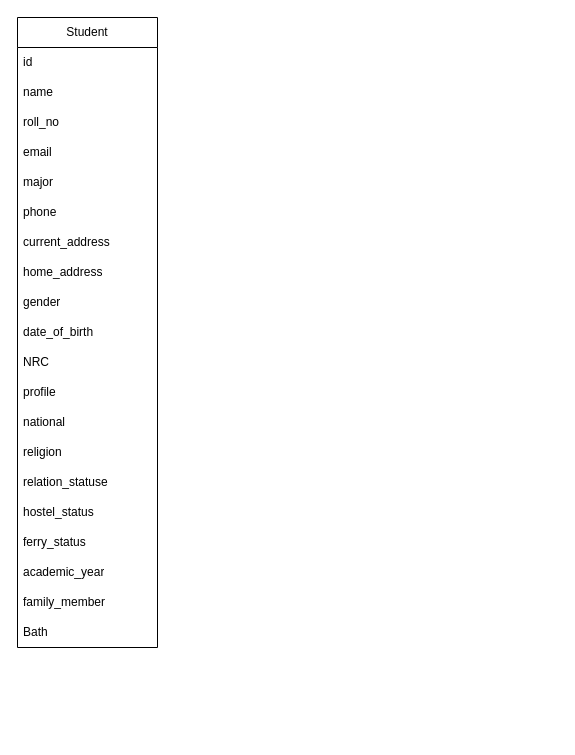
This is ERDiagram.drawio from KhunMaungNgwee/InternShipProject, a draw.io file, before an edit. Source tidied: cells renumbered, new cells numbered last; positions are measured from the earlier drawing's top-left corner, leaving out a move shared by most shapes. Both pictures are drawn from the tidied source at 100%, with x=0, y=0 at pixel (17, 17).
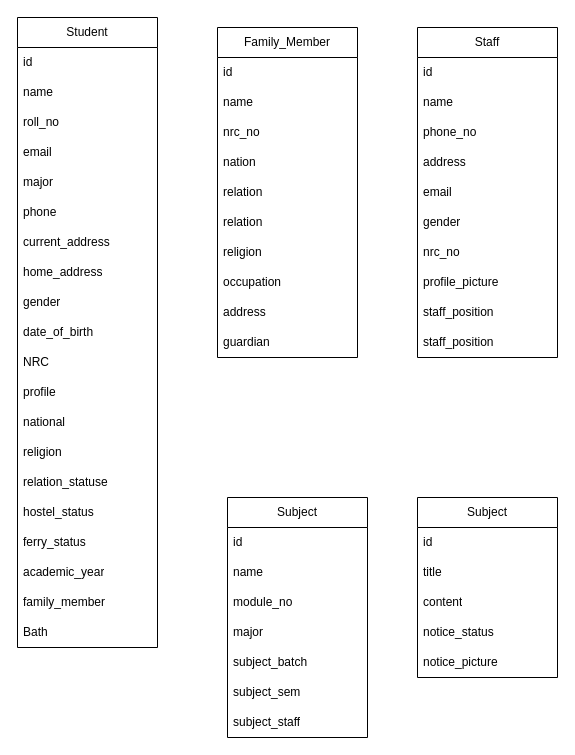
After the change.

Change to the diagram source:
```diff
@@
+    <mxCell id="23" value="Family_Member" style="swimlane;fontStyle=0;horizontal=1;startSize=30;whiteSpace=wrap;html=1;" parent="1" vertex="1">
+      <mxGeometry x="200" y="10" width="140" height="330" as="geometry" />
+    </mxCell>
+    <mxCell id="24" value="id" style="text;strokeColor=none;fillColor=none;align=left;verticalAlign=middle;spacingLeft=4;spacingRight=4;overflow=hidden;whiteSpace=wrap;html=1;" parent="23" vertex="1">
+      <mxGeometry y="30" width="140" height="30" as="geometry" />
+    </mxCell>
+    <mxCell id="25" value="name" style="text;strokeColor=none;fillColor=none;align=left;verticalAlign=middle;spacingLeft=4;spacingRight=4;overflow=hidden;whiteSpace=wrap;html=1;" parent="23" vertex="1">
+      <mxGeometry y="60" width="140" height="30" as="geometry" />
+    </mxCell>
+    <mxCell id="26" value="nrc_no" style="text;strokeColor=none;fillColor=none;align=left;verticalAlign=middle;spacingLeft=4;spacingRight=4;overflow=hidden;whiteSpace=wrap;html=1;" parent="23" vertex="1">
+      <mxGeometry y="90" width="140" height="30" as="geometry" />
+    </mxCell>
+    <mxCell id="27" value="nation" style="text;strokeColor=none;fillColor=none;align=left;verticalAlign=middle;spacingLeft=4;spacingRight=4;overflow=hidden;whiteSpace=wrap;html=1;" parent="23" vertex="1">
+      <mxGeometry y="120" width="140" height="30" as="geometry" />
+    </mxCell>
+    <mxCell id="28" value="relation" style="text;strokeColor=none;fillColor=none;align=left;verticalAlign=middle;spacingLeft=4;spacingRight=4;overflow=hidden;whiteSpace=wrap;html=1;" parent="23" vertex="1">
+      <mxGeometry y="150" width="140" height="30" as="geometry" />
+    </mxCell>
+    <mxCell id="29" value="relation" style="text;strokeColor=none;fillColor=none;align=left;verticalAlign=middle;spacingLeft=4;spacingRight=4;overflow=hidden;whiteSpace=wrap;html=1;" parent="23" vertex="1">
+      <mxGeometry y="180" width="140" height="30" as="geometry" />
+    </mxCell>
+    <mxCell id="30" value="religion" style="text;strokeColor=none;fillColor=none;align=left;verticalAlign=middle;spacingLeft=4;spacingRight=4;overflow=hidden;whiteSpace=wrap;html=1;" parent="23" vertex="1">
+      <mxGeometry y="210" width="140" height="30" as="geometry" />
+    </mxCell>
+    <mxCell id="31" value="occupation" style="text;strokeColor=none;fillColor=none;align=left;verticalAlign=middle;spacingLeft=4;spacingRight=4;overflow=hidden;whiteSpace=wrap;html=1;" parent="23" vertex="1">
+      <mxGeometry y="240" width="140" height="30" as="geometry" />
+    </mxCell>
+    <mxCell id="32" value="address" style="text;strokeColor=none;fillColor=none;align=left;verticalAlign=middle;spacingLeft=4;spacingRight=4;overflow=hidden;whiteSpace=wrap;html=1;" parent="23" vertex="1">
+      <mxGeometry y="270" width="140" height="30" as="geometry" />
+    </mxCell>
+    <mxCell id="33" value="guardian" style="text;strokeColor=none;fillColor=none;align=left;verticalAlign=middle;spacingLeft=4;spacingRight=4;overflow=hidden;whiteSpace=wrap;html=1;" parent="23" vertex="1">
+      <mxGeometry y="300" width="140" height="30" as="geometry" />
+    </mxCell>
+    <mxCell id="34" value="Staff" style="swimlane;fontStyle=0;horizontal=1;startSize=30;whiteSpace=wrap;html=1;" parent="1" vertex="1">
+      <mxGeometry x="400" y="10" width="140" height="330" as="geometry" />
+    </mxCell>
+    <mxCell id="35" value="id" style="text;strokeColor=none;fillColor=none;align=left;verticalAlign=middle;spacingLeft=4;spacingRight=4;overflow=hidden;whiteSpace=wrap;html=1;" parent="34" vertex="1">
+      <mxGeometry y="30" width="140" height="30" as="geometry" />
+    </mxCell>
+    <mxCell id="36" value="name" style="text;strokeColor=none;fillColor=none;align=left;verticalAlign=middle;spacingLeft=4;spacingRight=4;overflow=hidden;whiteSpace=wrap;html=1;" parent="34" vertex="1">
+      <mxGeometry y="60" width="140" height="30" as="geometry" />
+    </mxCell>
+    <mxCell id="37" value="phone_no" style="text;strokeColor=none;fillColor=none;align=left;verticalAlign=middle;spacingLeft=4;spacingRight=4;overflow=hidden;whiteSpace=wrap;html=1;" parent="34" vertex="1">
+      <mxGeometry y="90" width="140" height="30" as="geometry" />
+    </mxCell>
+    <mxCell id="38" value="address" style="text;strokeColor=none;fillColor=none;align=left;verticalAlign=middle;spacingLeft=4;spacingRight=4;overflow=hidden;whiteSpace=wrap;html=1;" parent="34" vertex="1">
+      <mxGeometry y="120" width="140" height="30" as="geometry" />
+    </mxCell>
+    <mxCell id="39" value="email" style="text;strokeColor=none;fillColor=none;align=left;verticalAlign=middle;spacingLeft=4;spacingRight=4;overflow=hidden;whiteSpace=wrap;html=1;" parent="34" vertex="1">
+      <mxGeometry y="150" width="140" height="30" as="geometry" />
+    </mxCell>
+    <mxCell id="40" value="gender" style="text;strokeColor=none;fillColor=none;align=left;verticalAlign=middle;spacingLeft=4;spacingRight=4;overflow=hidden;whiteSpace=wrap;html=1;" parent="34" vertex="1">
+      <mxGeometry y="180" width="140" height="30" as="geometry" />
+    </mxCell>
+    <mxCell id="41" value="nrc_no" style="text;strokeColor=none;fillColor=none;align=left;verticalAlign=middle;spacingLeft=4;spacingRight=4;overflow=hidden;whiteSpace=wrap;html=1;" parent="34" vertex="1">
+      <mxGeometry y="210" width="140" height="30" as="geometry" />
+    </mxCell>
+    <mxCell id="42" value="profile_picture" style="text;strokeColor=none;fillColor=none;align=left;verticalAlign=middle;spacingLeft=4;spacingRight=4;overflow=hidden;whiteSpace=wrap;html=1;" parent="34" vertex="1">
+      <mxGeometry y="240" width="140" height="30" as="geometry" />
+    </mxCell>
+    <mxCell id="43" value="staff_position" style="text;strokeColor=none;fillColor=none;align=left;verticalAlign=middle;spacingLeft=4;spacingRight=4;overflow=hidden;whiteSpace=wrap;html=1;" parent="34" vertex="1">
+      <mxGeometry y="270" width="140" height="30" as="geometry" />
+    </mxCell>
+    <mxCell id="44" value="staff_position" style="text;strokeColor=none;fillColor=none;align=left;verticalAlign=middle;spacingLeft=4;spacingRight=4;overflow=hidden;whiteSpace=wrap;html=1;" parent="34" vertex="1">
+      <mxGeometry y="300" width="140" height="30" as="geometry" />
+    </mxCell>
+    <mxCell id="45" value="Subject" style="swimlane;fontStyle=0;horizontal=1;startSize=30;whiteSpace=wrap;html=1;" parent="1" vertex="1">
+      <mxGeometry x="210" y="480" width="140" height="240" as="geometry" />
+    </mxCell>
+    <mxCell id="46" value="id" style="text;strokeColor=none;fillColor=none;align=left;verticalAlign=middle;spacingLeft=4;spacingRight=4;overflow=hidden;whiteSpace=wrap;html=1;" parent="45" vertex="1">
+      <mxGeometry y="30" width="140" height="30" as="geometry" />
+    </mxCell>
+    <mxCell id="47" value="name" style="text;strokeColor=none;fillColor=none;align=left;verticalAlign=middle;spacingLeft=4;spacingRight=4;overflow=hidden;whiteSpace=wrap;html=1;" parent="45" vertex="1">
+      <mxGeometry y="60" width="140" height="30" as="geometry" />
+    </mxCell>
+    <mxCell id="48" value="module_no" style="text;strokeColor=none;fillColor=none;align=left;verticalAlign=middle;spacingLeft=4;spacingRight=4;overflow=hidden;whiteSpace=wrap;html=1;" parent="45" vertex="1">
+      <mxGeometry y="90" width="140" height="30" as="geometry" />
+    </mxCell>
+    <mxCell id="49" value="major" style="text;strokeColor=none;fillColor=none;align=left;verticalAlign=middle;spacingLeft=4;spacingRight=4;overflow=hidden;whiteSpace=wrap;html=1;" parent="45" vertex="1">
+      <mxGeometry y="120" width="140" height="30" as="geometry" />
+    </mxCell>
+    <mxCell id="50" value="subject_batch" style="text;strokeColor=none;fillColor=none;align=left;verticalAlign=middle;spacingLeft=4;spacingRight=4;overflow=hidden;whiteSpace=wrap;html=1;" parent="45" vertex="1">
+      <mxGeometry y="150" width="140" height="30" as="geometry" />
+    </mxCell>
+    <mxCell id="51" value="subject_sem" style="text;strokeColor=none;fillColor=none;align=left;verticalAlign=middle;spacingLeft=4;spacingRight=4;overflow=hidden;whiteSpace=wrap;html=1;" parent="45" vertex="1">
+      <mxGeometry y="180" width="140" height="30" as="geometry" />
+    </mxCell>
+    <mxCell id="52" value="subject_staff" style="text;strokeColor=none;fillColor=none;align=left;verticalAlign=middle;spacingLeft=4;spacingRight=4;overflow=hidden;whiteSpace=wrap;html=1;" parent="45" vertex="1">
+      <mxGeometry y="210" width="140" height="30" as="geometry" />
+    </mxCell>
+    <mxCell id="53" value="Subject" style="swimlane;fontStyle=0;horizontal=1;startSize=30;whiteSpace=wrap;html=1;" parent="1" vertex="1">
+      <mxGeometry x="400" y="480" width="140" height="180" as="geometry" />
+    </mxCell>
+    <mxCell id="54" value="id" style="text;strokeColor=none;fillColor=none;align=left;verticalAlign=middle;spacingLeft=4;spacingRight=4;overflow=hidden;whiteSpace=wrap;html=1;" parent="53" vertex="1">
+      <mxGeometry y="30" width="140" height="30" as="geometry" />
+    </mxCell>
+    <mxCell id="55" value="title" style="text;strokeColor=none;fillColor=none;align=left;verticalAlign=middle;spacingLeft=4;spacingRight=4;overflow=hidden;whiteSpace=wrap;html=1;" parent="53" vertex="1">
+      <mxGeometry y="60" width="140" height="30" as="geometry" />
+    </mxCell>
+    <mxCell id="56" value="content" style="text;strokeColor=none;fillColor=none;align=left;verticalAlign=middle;spacingLeft=4;spacingRight=4;overflow=hidden;whiteSpace=wrap;html=1;" parent="53" vertex="1">
+      <mxGeometry y="90" width="140" height="30" as="geometry" />
+    </mxCell>
+    <mxCell id="57" value="notice_status" style="text;strokeColor=none;fillColor=none;align=left;verticalAlign=middle;spacingLeft=4;spacingRight=4;overflow=hidden;whiteSpace=wrap;html=1;" parent="53" vertex="1">
+      <mxGeometry y="120" width="140" height="30" as="geometry" />
+    </mxCell>
+    <mxCell id="58" value="notice_picture" style="text;strokeColor=none;fillColor=none;align=left;verticalAlign=middle;spacingLeft=4;spacingRight=4;overflow=hidden;whiteSpace=wrap;html=1;" parent="53" vertex="1">
+      <mxGeometry y="150" width="140" height="30" as="geometry" />
+    </mxCell>
```
